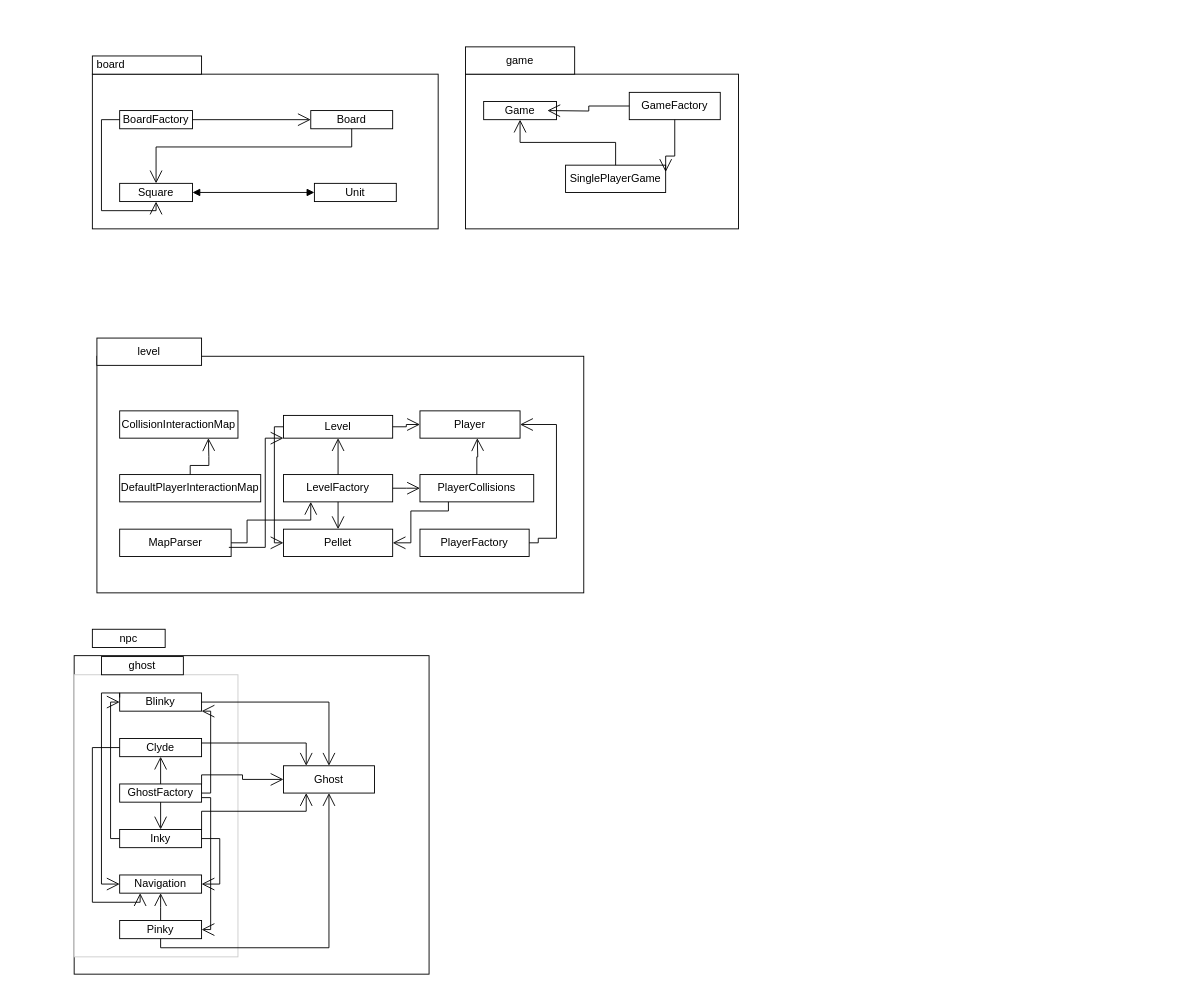
The draw.io diagram page "Page-1" (1 of 2) of Untitled Diagram.drawio in rupalsaxena/Software-Construction, before the edit. Source tidied: cells renumbered, new cells numbered last; positions are measured from the earlier drawing's top-left corner, leaving out a move shared by most shapes. Both pictures are drawn from the tidied source at 91%, with x=0, y=0 at pixel (74, 46).
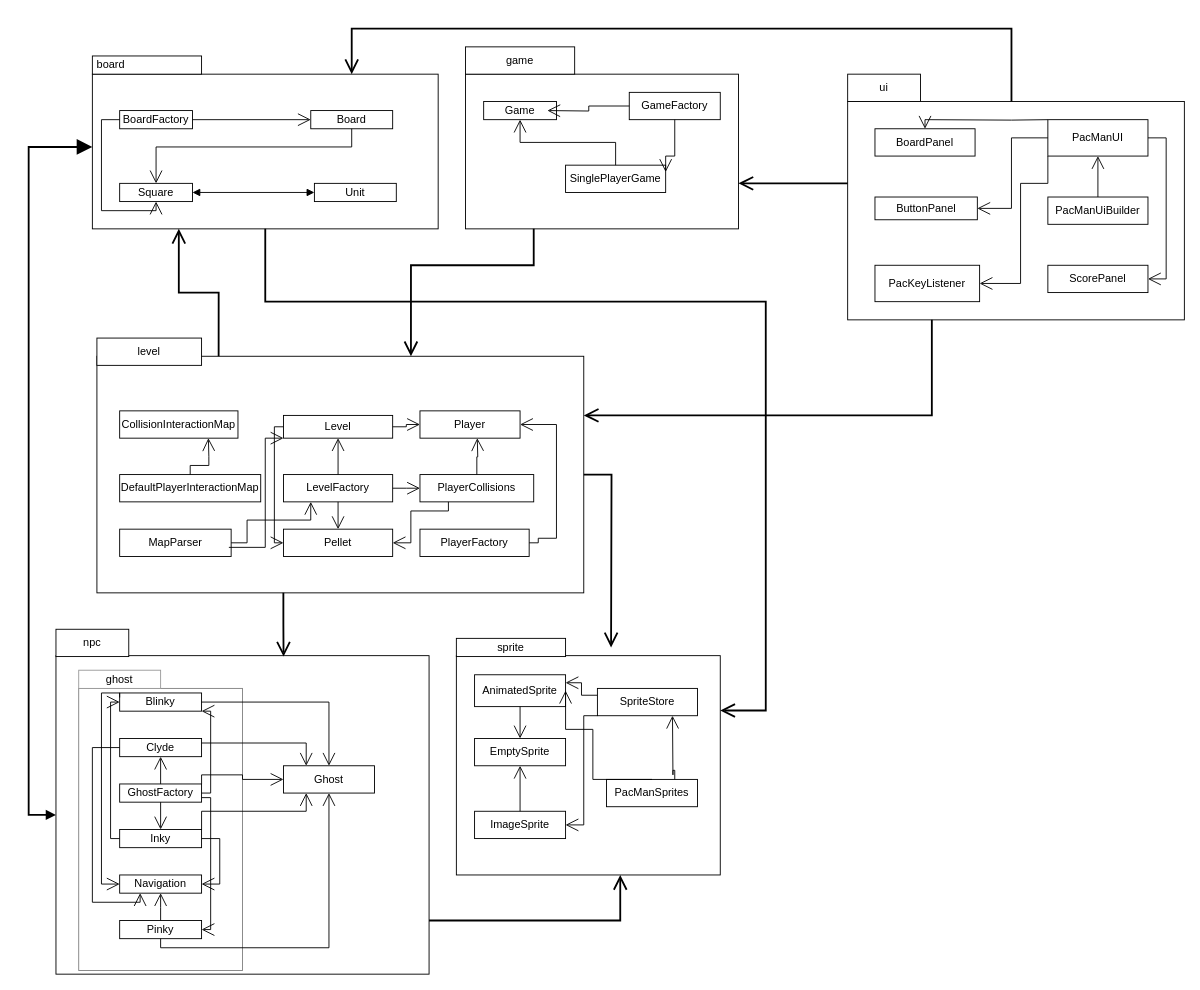
The same diagram, later.

The change refers to these unchanged cells:
```xml
<mxCell id="2" style="rounded=0;whiteSpace=wrap;html=1;" parent="1" vertex="1">
  <mxGeometry x="20" y="30" width="380" height="170" as="geometry" />
</mxCell>
<mxCell id="8" style="rounded=0;whiteSpace=wrap;html=1;" parent="1" vertex="1">
  <mxGeometry x="430" y="30" width="300" height="170" as="geometry" />
</mxCell>
<mxCell id="21" style="rounded=0;whiteSpace=wrap;html=1;" parent="1" vertex="1">
  <mxGeometry x="25" y="340" width="535" height="260" as="geometry" />
</mxCell>
```

Diff of the diagram source:
```diff
@@
     <mxCell id="43" style="rounded=0;whiteSpace=wrap;html=1;" parent="1" vertex="1">
-      <mxGeometry y="669" width="390" height="350" as="geometry" />
+      <mxGeometry x="-20" y="669" width="410" height="350" as="geometry" />
     </mxCell>
     <mxCell id="44" value="npc" style="rounded=0;whiteSpace=wrap;html=1;" parent="1" vertex="1">
-      <mxGeometry x="20" y="640" width="80" height="20" as="geometry" />
+      <mxGeometry x="-20" y="640" width="80" height="30" as="geometry" />
     </mxCell>
-    <mxCell id="45" style="rounded=0;whiteSpace=wrap;html=1;strokeColor=#CCCCCC;" parent="1" vertex="1">
-      <mxGeometry y="690" width="180" height="310" as="geometry" />
+    <mxCell id="45" style="rounded=0;whiteSpace=wrap;html=1;strokeColor=#808080;" parent="1" vertex="1">
+      <mxGeometry x="5" y="705" width="180" height="310" as="geometry" />
     </mxCell>
@@
-    <mxCell id="47" value="ghost" style="rounded=0;whiteSpace=wrap;html=1;" parent="1" vertex="1">
-      <mxGeometry x="30" y="670" width="90" height="20" as="geometry" />
+    <mxCell id="47" value="ghost" style="rounded=0;whiteSpace=wrap;html=1;strokeColor=#999999;" parent="1" vertex="1">
+      <mxGeometry x="5" y="685" width="90" height="20" as="geometry" />
     </mxCell>
@@
+    <mxCell id="68" style="rounded=0;whiteSpace=wrap;html=1;strokeColor=#000000;" parent="1" vertex="1">
+      <mxGeometry x="420" y="669" width="290" height="241" as="geometry" />
+    </mxCell>
+    <mxCell id="69" value="sprite" style="rounded=0;whiteSpace=wrap;html=1;strokeColor=#000000;" parent="1" vertex="1">
+      <mxGeometry x="420" y="650" width="120" height="20" as="geometry" />
+    </mxCell>
+    <mxCell id="70" value="AnimatedSprite" style="rounded=0;whiteSpace=wrap;html=1;strokeColor=#000000;" parent="1" vertex="1">
+      <mxGeometry x="440" y="690" width="100" height="35" as="geometry" />
+    </mxCell>
+    <mxCell id="71" value="EmptySprite" style="rounded=0;whiteSpace=wrap;html=1;strokeColor=#000000;" parent="1" vertex="1">
+      <mxGeometry x="440" y="760" width="100" height="30" as="geometry" />
+    </mxCell>
+    <mxCell id="72" value="ImageSprite" style="rounded=0;whiteSpace=wrap;html=1;strokeColor=#000000;" parent="1" vertex="1">
+      <mxGeometry x="440" y="840" width="100" height="30" as="geometry" />
+    </mxCell>
+    <mxCell id="73" value="PacManSprites" style="rounded=0;whiteSpace=wrap;html=1;strokeColor=#000000;" parent="1" vertex="1">
+      <mxGeometry x="585" y="805" width="100" height="30" as="geometry" />
+    </mxCell>
+    <mxCell id="74" value="SpriteStore" style="rounded=0;whiteSpace=wrap;html=1;strokeColor=#000000;" parent="1" vertex="1">
+      <mxGeometry x="575" y="705" width="110" height="30" as="geometry" />
+    </mxCell>
+    <mxCell id="75" style="endArrow=open;endFill=1;endSize=12;html=1;rounded=0;edgeStyle=orthogonalEdgeStyle;exitX=0.5;exitY=1;exitDx=0;exitDy=0;entryX=0.5;entryY=0;entryDx=0;entryDy=0;" parent="1" edge="1" source="70" target="71">
+      <mxGeometry relative="1" as="geometry" />
+    </mxCell>
+    <mxCell id="76" style="endArrow=open;endFill=1;endSize=12;html=1;rounded=0;edgeStyle=orthogonalEdgeStyle;exitX=0.5;exitY=0;exitDx=0;exitDy=0;entryX=0.5;entryY=1;entryDx=0;entryDy=0;" parent="1" edge="1" source="72" target="71">
+      <mxGeometry relative="1" as="geometry" />
+    </mxCell>
+    <mxCell id="77" style="endArrow=open;endFill=1;endSize=12;html=1;rounded=0;edgeStyle=orthogonalEdgeStyle;exitX=0.5;exitY=0;exitDx=0;exitDy=0;entryX=1;entryY=0.5;entryDx=0;entryDy=0;" parent="1" edge="1" source="73" target="70">
+      <mxGeometry relative="1" as="geometry">
+        <Array as="points">
+          <mxPoint x="570" y="805" />
+          <mxPoint x="570" y="750" />
+          <mxPoint x="540" y="750" />
+        </Array>
+      </mxGeometry>
+    </mxCell>
+    <mxCell id="78" style="endArrow=open;endFill=1;endSize=12;html=1;rounded=0;edgeStyle=orthogonalEdgeStyle;exitX=0.75;exitY=0;exitDx=0;exitDy=0;entryX=0.75;entryY=1;entryDx=0;entryDy=0;" parent="1" edge="1" source="73" target="74">
+      <mxGeometry relative="1" as="geometry">
+        <Array as="points">
+          <mxPoint x="660" y="795" />
+          <mxPoint x="658" y="795" />
+          <mxPoint x="658" y="800" />
+        </Array>
+      </mxGeometry>
+    </mxCell>
+    <mxCell id="79" style="endArrow=open;endFill=1;endSize=12;html=1;rounded=0;edgeStyle=orthogonalEdgeStyle;exitX=0;exitY=0.25;exitDx=0;exitDy=0;entryX=1;entryY=0.25;entryDx=0;entryDy=0;" parent="1" edge="1" source="74" target="70">
+      <mxGeometry relative="1" as="geometry" />
+    </mxCell>
+    <mxCell id="80" style="endArrow=open;endFill=1;endSize=12;html=1;rounded=0;edgeStyle=orthogonalEdgeStyle;exitX=0;exitY=1;exitDx=0;exitDy=0;" parent="1" edge="1" source="74">
+      <mxGeometry relative="1" as="geometry">
+        <mxPoint x="540" y="855" as="targetPoint" />
+        <Array as="points">
+          <mxPoint x="560" y="735" />
+          <mxPoint x="560" y="855" />
+        </Array>
+      </mxGeometry>
+    </mxCell>
+    <mxCell id="81" style="rounded=0;whiteSpace=wrap;html=1;strokeColor=#000000;" parent="1" vertex="1">
+      <mxGeometry x="850" y="60" width="370" height="240" as="geometry" />
+    </mxCell>
+    <mxCell id="82" value="ui" style="rounded=0;whiteSpace=wrap;html=1;strokeColor=#000000;" parent="1" vertex="1">
+      <mxGeometry x="850" y="30" width="80" height="30" as="geometry" />
+    </mxCell>
+    <mxCell id="83" value="BoardPanel" style="rounded=0;whiteSpace=wrap;html=1;strokeColor=#000000;" parent="1" vertex="1">
+      <mxGeometry x="880" y="90" width="110" height="30" as="geometry" />
+    </mxCell>
+    <mxCell id="84" value="ButtonPanel" style="rounded=0;whiteSpace=wrap;html=1;strokeColor=#000000;" parent="1" vertex="1">
+      <mxGeometry x="880" y="165" width="112.5" height="25" as="geometry" />
+    </mxCell>
+    <mxCell id="85" value="PacKeyListener" style="rounded=0;whiteSpace=wrap;html=1;strokeColor=#000000;" parent="1" vertex="1">
+      <mxGeometry x="880" y="240" width="115" height="40" as="geometry" />
+    </mxCell>
+    <mxCell id="86" value="PacManUI" style="rounded=0;whiteSpace=wrap;html=1;strokeColor=#000000;" parent="1" vertex="1">
+      <mxGeometry x="1070" y="80" width="110" height="40" as="geometry" />
+    </mxCell>
+    <mxCell id="87" value="PacManUiBuilder" style="rounded=0;whiteSpace=wrap;html=1;strokeColor=#000000;" parent="1" vertex="1">
+      <mxGeometry x="1070" y="165" width="110" height="30" as="geometry" />
+    </mxCell>
+    <mxCell id="88" value="ScorePanel" style="rounded=0;whiteSpace=wrap;html=1;strokeColor=#000000;" parent="1" vertex="1">
+      <mxGeometry x="1070" y="240" width="110" height="30" as="geometry" />
+    </mxCell>
+    <mxCell id="89" style="endArrow=open;endFill=1;endSize=12;html=1;rounded=0;edgeStyle=orthogonalEdgeStyle;entryX=0.5;entryY=0;entryDx=0;entryDy=0;" parent="1" edge="1" target="83">
+      <mxGeometry relative="1" as="geometry">
+        <mxPoint x="1070" y="80" as="sourcePoint" />
+      </mxGeometry>
+    </mxCell>
+    <mxCell id="90" style="endArrow=open;endFill=1;endSize=12;html=1;rounded=0;edgeStyle=orthogonalEdgeStyle;exitX=0;exitY=0.5;exitDx=0;exitDy=0;entryX=1;entryY=0.5;entryDx=0;entryDy=0;" parent="1" edge="1" source="86" target="84">
+      <mxGeometry relative="1" as="geometry">
+        <Array as="points">
+          <mxPoint x="1030" y="100" />
+          <mxPoint x="1030" y="178" />
+        </Array>
+      </mxGeometry>
+    </mxCell>
+    <mxCell id="91" style="endArrow=open;endFill=1;endSize=12;html=1;rounded=0;edgeStyle=orthogonalEdgeStyle;exitX=0;exitY=1;exitDx=0;exitDy=0;entryX=1;entryY=0.5;entryDx=0;entryDy=0;" parent="1" edge="1" source="86" target="85">
+      <mxGeometry relative="1" as="geometry">
+        <Array as="points">
+          <mxPoint x="1070" y="150" />
+          <mxPoint x="1040" y="150" />
+          <mxPoint x="1040" y="260" />
+        </Array>
+      </mxGeometry>
+    </mxCell>
+    <mxCell id="92" style="endArrow=open;endFill=1;endSize=12;html=1;rounded=0;edgeStyle=orthogonalEdgeStyle;exitX=1;exitY=0.5;exitDx=0;exitDy=0;entryX=1;entryY=0.5;entryDx=0;entryDy=0;" parent="1" edge="1" source="86" target="88">
+      <mxGeometry relative="1" as="geometry">
+        <Array as="points">
+          <mxPoint x="1200" y="100" />
+          <mxPoint x="1200" y="255" />
+        </Array>
+      </mxGeometry>
+    </mxCell>
+    <mxCell id="93" style="endArrow=open;endFill=1;endSize=12;html=1;rounded=0;edgeStyle=orthogonalEdgeStyle;exitX=0.5;exitY=0;exitDx=0;exitDy=0;" parent="1" edge="1" source="87" target="86">
+      <mxGeometry relative="1" as="geometry" />
+    </mxCell>
+    <mxCell id="94" style="endArrow=open;endFill=1;endSize=12;html=1;rounded=0;edgeStyle=orthogonalEdgeStyle;exitX=0.5;exitY=1;exitDx=0;exitDy=0;entryX=1;entryY=0.25;entryDx=0;entryDy=0;strokeWidth=2;" parent="1" edge="1" source="2" target="68">
+      <mxGeometry relative="1" as="geometry">
+        <Array as="points">
+          <mxPoint x="210" y="280" />
+          <mxPoint x="760" y="280" />
+          <mxPoint x="760" y="729" />
+        </Array>
+      </mxGeometry>
+    </mxCell>
+    <mxCell id="95" style="endArrow=open;endFill=1;endSize=12;html=1;rounded=0;strokeWidth=2;edgeStyle=orthogonalEdgeStyle;exitX=0.25;exitY=1;exitDx=0;exitDy=0;entryX=0.645;entryY=0;entryDx=0;entryDy=0;entryPerimeter=0;" parent="1" edge="1" source="8" target="21">
+      <mxGeometry relative="1" as="geometry">
+        <Array as="points">
+          <mxPoint x="505" y="240" />
+          <mxPoint x="370" y="240" />
+        </Array>
+      </mxGeometry>
+    </mxCell>
+    <mxCell id="96" style="endArrow=open;endFill=1;endSize=12;html=1;rounded=0;strokeWidth=2;edgeStyle=orthogonalEdgeStyle;exitX=0.25;exitY=0;exitDx=0;exitDy=0;entryX=0.25;entryY=1;entryDx=0;entryDy=0;" parent="1" edge="1" source="21" target="2">
+      <mxGeometry relative="1" as="geometry" />
+    </mxCell>
+    <mxCell id="97" style="endArrow=open;endFill=1;endSize=12;html=1;rounded=0;strokeWidth=2;edgeStyle=orthogonalEdgeStyle;exitX=1;exitY=0.5;exitDx=0;exitDy=0;" parent="1" edge="1" source="21">
+      <mxGeometry relative="1" as="geometry">
+        <mxPoint x="590" y="660" as="targetPoint" />
+      </mxGeometry>
+    </mxCell>
+    <mxCell id="98" style="endArrow=open;endFill=1;endSize=12;html=1;rounded=0;strokeWidth=2;edgeStyle=orthogonalEdgeStyle;exitX=0.383;exitY=1;exitDx=0;exitDy=0;exitPerimeter=0;entryX=0.61;entryY=0.003;entryDx=0;entryDy=0;entryPerimeter=0;" parent="1" edge="1" source="21" target="43">
+      <mxGeometry relative="1" as="geometry" />
+    </mxCell>
+    <mxCell id="99" style="endArrow=open;endFill=1;endSize=12;html=1;rounded=0;strokeWidth=2;edgeStyle=orthogonalEdgeStyle;entryX=0.621;entryY=1;entryDx=0;entryDy=0;entryPerimeter=0;" parent="1" edge="1" target="68">
+      <mxGeometry relative="1" as="geometry">
+        <mxPoint x="390" y="960" as="sourcePoint" />
+        <Array as="points">
+          <mxPoint x="390" y="960" />
+          <mxPoint x="600" y="960" />
+        </Array>
+      </mxGeometry>
+    </mxCell>
+    <mxCell id="100" style="endArrow=block;startArrow=block;endFill=1;startFill=1;html=1;rounded=0;endSize=12;strokeWidth=2;edgeStyle=orthogonalEdgeStyle;exitX=0;exitY=0.5;exitDx=0;exitDy=0;" parent="1" edge="1" source="43">
+      <mxGeometry relative="1" as="geometry">
+        <mxPoint x="20" y="110" as="targetPoint" />
+        <Array as="points">
+          <mxPoint x="-50" y="844" />
+          <mxPoint x="-50" y="110" />
+        </Array>
+      </mxGeometry>
+    </mxCell>
+    <mxCell id="101" style="endArrow=open;endFill=1;endSize=12;html=1;rounded=0;strokeWidth=2;edgeStyle=orthogonalEdgeStyle;entryX=0.75;entryY=0;entryDx=0;entryDy=0;" parent="1" edge="1" target="2">
+      <mxGeometry relative="1" as="geometry">
+        <mxPoint x="1030" y="60" as="sourcePoint" />
+        <Array as="points">
+          <mxPoint x="1030" y="-20" />
+          <mxPoint x="305" y="-20" />
+        </Array>
+      </mxGeometry>
+    </mxCell>
+    <mxCell id="102" style="endArrow=open;endFill=1;endSize=12;html=1;rounded=0;strokeWidth=2;edgeStyle=orthogonalEdgeStyle;exitX=0;exitY=0.375;exitDx=0;exitDy=0;exitPerimeter=0;" parent="1" edge="1" source="81">
+      <mxGeometry relative="1" as="geometry">
+        <mxPoint x="730" y="150" as="targetPoint" />
+      </mxGeometry>
+    </mxCell>
+    <mxCell id="103" style="endArrow=open;endFill=1;endSize=12;html=1;rounded=0;strokeWidth=2;edgeStyle=orthogonalEdgeStyle;exitX=0.25;exitY=1;exitDx=0;exitDy=0;entryX=1;entryY=0.25;entryDx=0;entryDy=0;" parent="1" edge="1" source="81" target="21">
+      <mxGeometry relative="1" as="geometry" />
+    </mxCell>
```
